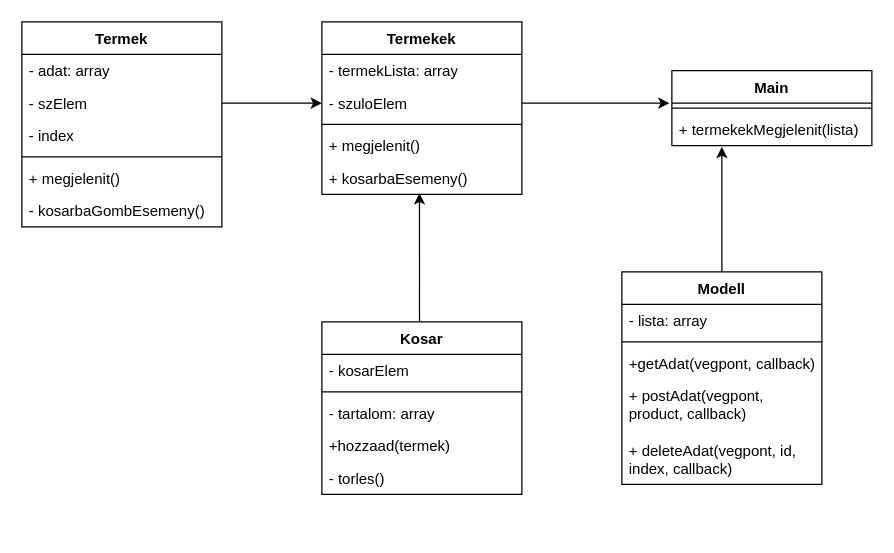
This is leiras/UML.drawio from fabuandras/js_projektmunka_2025-05-14--2025-06-02, a draw.io file, before an edit. Source tidied: cells renumbered, new cells numbered last; positions are measured from the earlier drawing's top-left corner, leaving out a move shared by most shapes. Both pictures are drawn from the tidied source at 125%, with x=0, y=0 at pixel (21, 21).
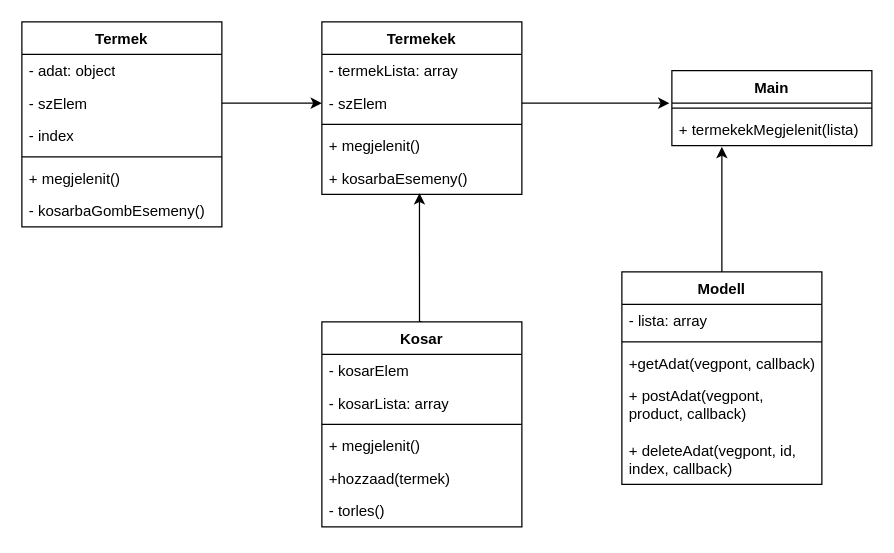
After the change.

The change refers to these unchanged cells:
```xml
<mxCell id="2" value="Termek" style="swimlane;fontStyle=1;align=center;verticalAlign=top;horizontal=1;startSize=26;whiteSpace=wrap;html=1;" parent="1" vertex="1">
  <mxGeometry width="160" height="164" as="geometry" />
</mxCell>
<mxCell id="9" value="Termekek" style="swimlane;fontStyle=1;align=center;verticalAlign=top;horizontal=1;startSize=26;whiteSpace=wrap;html=1;" parent="1" vertex="1">
  <mxGeometry x="240" width="160" height="138" as="geometry" />
</mxCell>
```

Diff of the diagram source:
```diff
@@
-    <mxCell id="3" value="- adat: array" style="text;strokeColor=none;fillColor=none;align=left;verticalAlign=top;spacingLeft=4;spacingRight=4;overflow=hidden;whiteSpace=wrap;html=1;" parent="2" vertex="1">
+    <mxCell id="3" value="- adat: object" style="text;strokeColor=none;fillColor=none;align=left;verticalAlign=top;spacingLeft=4;spacingRight=4;overflow=hidden;whiteSpace=wrap;html=1;" parent="2" vertex="1">
       <mxGeometry y="26" width="160" height="26" as="geometry" />
     </mxCell>
@@
-    <mxCell id="11" value="- szuloElem" style="text;strokeColor=none;fillColor=none;align=left;verticalAlign=top;spacingLeft=4;spacingRight=4;overflow=hidden;points=[[0,0.5],[1,0.5]];portConstraint=eastwest;whiteSpace=wrap;html=1;" parent="9" vertex="1">
+    <mxCell id="11" value="- szElem" style="text;strokeColor=none;fillColor=none;align=left;verticalAlign=top;spacingLeft=4;spacingRight=4;overflow=hidden;points=[[0,0.5],[1,0.5]];portConstraint=eastwest;whiteSpace=wrap;html=1;" parent="9" vertex="1">
       <mxGeometry y="52" width="160" height="26" as="geometry" />
     </mxCell>
@@
     <mxCell id="16" value="Kosar" style="swimlane;fontStyle=1;align=center;verticalAlign=top;horizontal=1;startSize=26;whiteSpace=wrap;html=1;" parent="1" vertex="1">
-      <mxGeometry x="240" y="240" width="160" height="138" as="geometry" />
+      <mxGeometry x="240" y="240" width="160" height="164" as="geometry" />
     </mxCell>
+    <mxCell id="34" value="- kosarElem" style="text;strokeColor=none;fillColor=none;align=left;verticalAlign=top;spacingLeft=4;spacingRight=4;overflow=hidden;whiteSpace=wrap;html=1;" parent="16" vertex="1">
+      <mxGeometry y="26" width="160" height="26" as="geometry" />
+    </mxCell>
-    <mxCell id="17" value="- kosarElem" style="text;strokeColor=none;fillColor=none;align=left;verticalAlign=top;spacingLeft=4;spacingRight=4;overflow=hidden;whiteSpace=wrap;html=1;" parent="16" vertex="1">
-      <mxGeometry y="26" width="160" height="26" as="geometry" />
+    <mxCell id="17" value="- kosarLista: array" style="text;strokeColor=none;fillColor=none;align=left;verticalAlign=top;spacingLeft=4;spacingRight=4;overflow=hidden;whiteSpace=wrap;html=1;" parent="16" vertex="1">
+      <mxGeometry y="52" width="160" height="26" as="geometry" />
     </mxCell>
     <mxCell id="18" style="line;strokeWidth=1;fillColor=none;align=left;verticalAlign=middle;spacingTop=-1;spacingLeft=3;spacingRight=3;labelPosition=right;strokeColor=inherit;" parent="16" vertex="1">
-      <mxGeometry y="52" width="160" height="8" as="geometry" />
+      <mxGeometry y="78" width="160" height="8" as="geometry" />
     </mxCell>
-    <mxCell id="19" value="- tartalom: array" style="text;strokeColor=none;fillColor=none;align=left;verticalAlign=top;spacingLeft=4;spacingRight=4;overflow=hidden;whiteSpace=wrap;html=1;" parent="16" vertex="1">
-      <mxGeometry y="60" width="160" height="26" as="geometry" />
+    <mxCell id="19" value="+ megjelenit()" style="text;strokeColor=none;fillColor=none;align=left;verticalAlign=top;spacingLeft=4;spacingRight=4;overflow=hidden;whiteSpace=wrap;html=1;" parent="16" vertex="1">
+      <mxGeometry y="86" width="160" height="26" as="geometry" />
     </mxCell>
     <mxCell id="20" value="+hozzaad(termek)" style="text;strokeColor=none;fillColor=none;align=left;verticalAlign=top;spacingLeft=4;spacingRight=4;overflow=hidden;whiteSpace=wrap;html=1;" parent="16" vertex="1">
-      <mxGeometry y="86" width="160" height="26" as="geometry" />
+      <mxGeometry y="112" width="160" height="26" as="geometry" />
     </mxCell>
     <mxCell id="21" value="- torles()" style="text;strokeColor=none;fillColor=none;align=left;verticalAlign=top;spacingLeft=4;spacingRight=4;overflow=hidden;whiteSpace=wrap;html=1;" parent="16" vertex="1">
-      <mxGeometry y="112" width="160" height="26" as="geometry" />
+      <mxGeometry y="138" width="160" height="26" as="geometry" />
     </mxCell>
```
